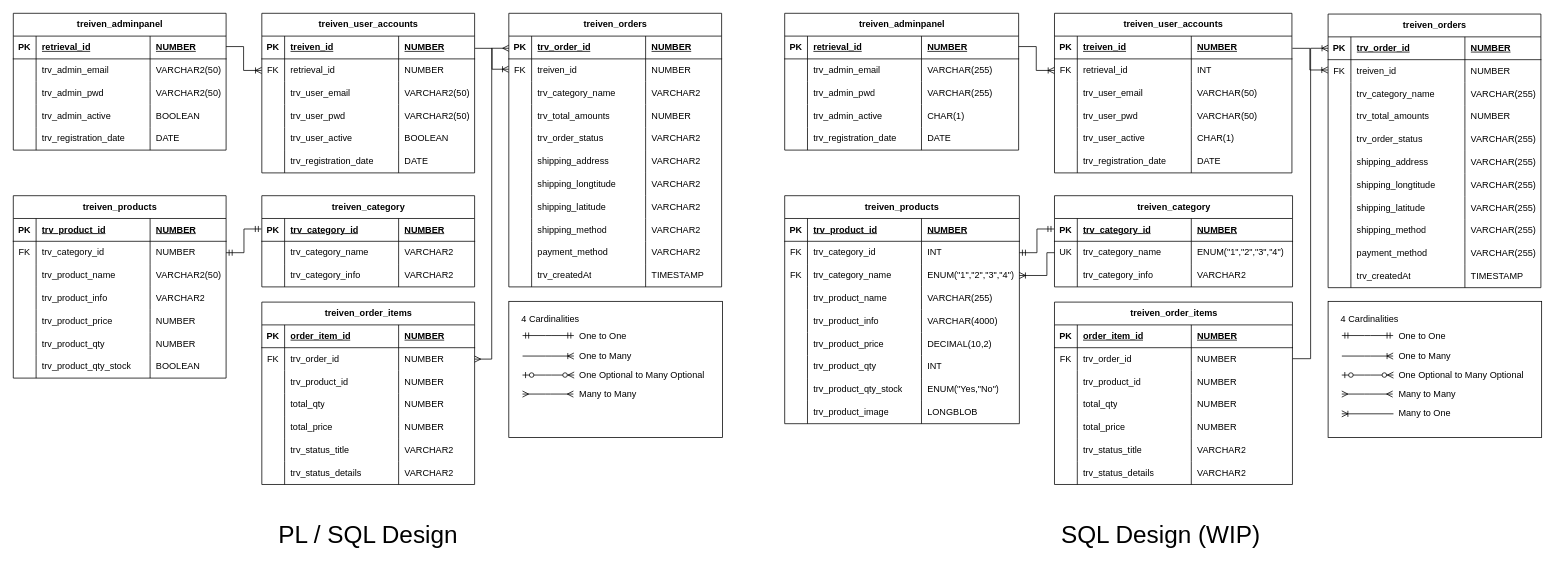
The draw.io diagram public/treiven.drawio in lash0000/im101, before the edit. Source tidied: cells renumbered, new cells numbered last; positions are measured from the earlier drawing's top-left corner, leaving out a move shared by most shapes. Both pictures are drawn from the tidied source at 76%, with x=0, y=0 at pixel (13, 13).
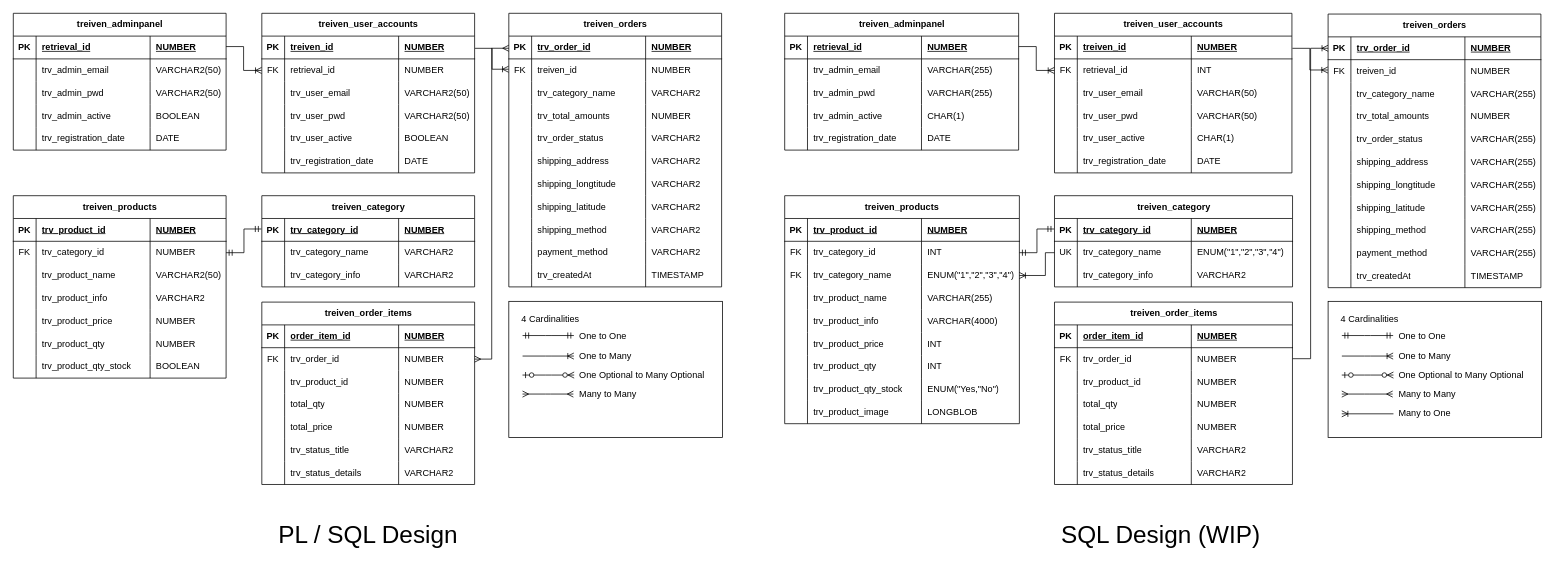
The same page after the edit.

Unchanged cells that the change refers to:
```xml
<mxCell id="235" style="shape=tableRow;horizontal=0;startSize=0;swimlaneHead=0;swimlaneBody=0;fillColor=none;points=[[0,0.5],[1,0.5]];portConstraint=eastwest;top=0;left=0;right=0;bottom=0;" parent="226" vertex="1">
  <mxGeometry y="90" width="308.8" height="30" as="geometry" />
</mxCell>
<mxCell id="247" style="shape=tableRow;horizontal=0;startSize=0;swimlaneHead=0;swimlaneBody=0;fillColor=none;top=0;left=0;right=0;bottom=0;" parent="226" vertex="1">
  <mxGeometry y="180" width="308.8" height="30" as="geometry" />
</mxCell>
<mxCell id="268" style="shape=tableRow;horizontal=0;startSize=0;swimlaneHead=0;swimlaneBody=0;fillColor=none;points=[[0,0.5],[1,0.5]];portConstraint=eastwest;top=0;left=0;right=0;bottom=0;" parent="263" vertex="1">
  <mxGeometry y="60" width="313.2" height="30" as="geometry" />
</mxCell>
```

Diff of the diagram source:
```diff
@@
-    <mxCell id="250" value="DECIMAL(10,2)" style="shape=partialRectangle;fillColor=none;top=0;left=0;bottom=0;right=0;align=left;spacingLeft=6;overflow=hidden;whiteSpace=wrap;html=1;" parent="247" vertex="1">
+    <mxCell id="250" value="INT" style="shape=partialRectangle;fillColor=none;top=0;left=0;bottom=0;right=0;align=left;spacingLeft=6;overflow=hidden;whiteSpace=wrap;html=1;" parent="247" vertex="1">
       <mxGeometry x="180" width="128.8" height="30" as="geometry" />
     </mxCell>
@@
     <mxCell id="368" style="edgeStyle=orthogonalEdgeStyle;fontSize=12;html=1;endArrow=ERoneToMany;rounded=0;exitX=0;exitY=0.5;exitDx=0;exitDy=0;entryX=1;entryY=0.5;entryDx=0;entryDy=0;elbow=vertical;" parent="1" edge="1" source="268" target="235">
       <mxGeometry relative="1" as="geometry">
         <Array as="points">
-          <mxPoint x="1360" y="315" />
-          <mxPoint x="1360" y="345" />
+          <mxPoint x="1358" y="315" />
+          <mxPoint x="1358" y="345" />
         </Array>
       </mxGeometry>
     </mxCell>
```
